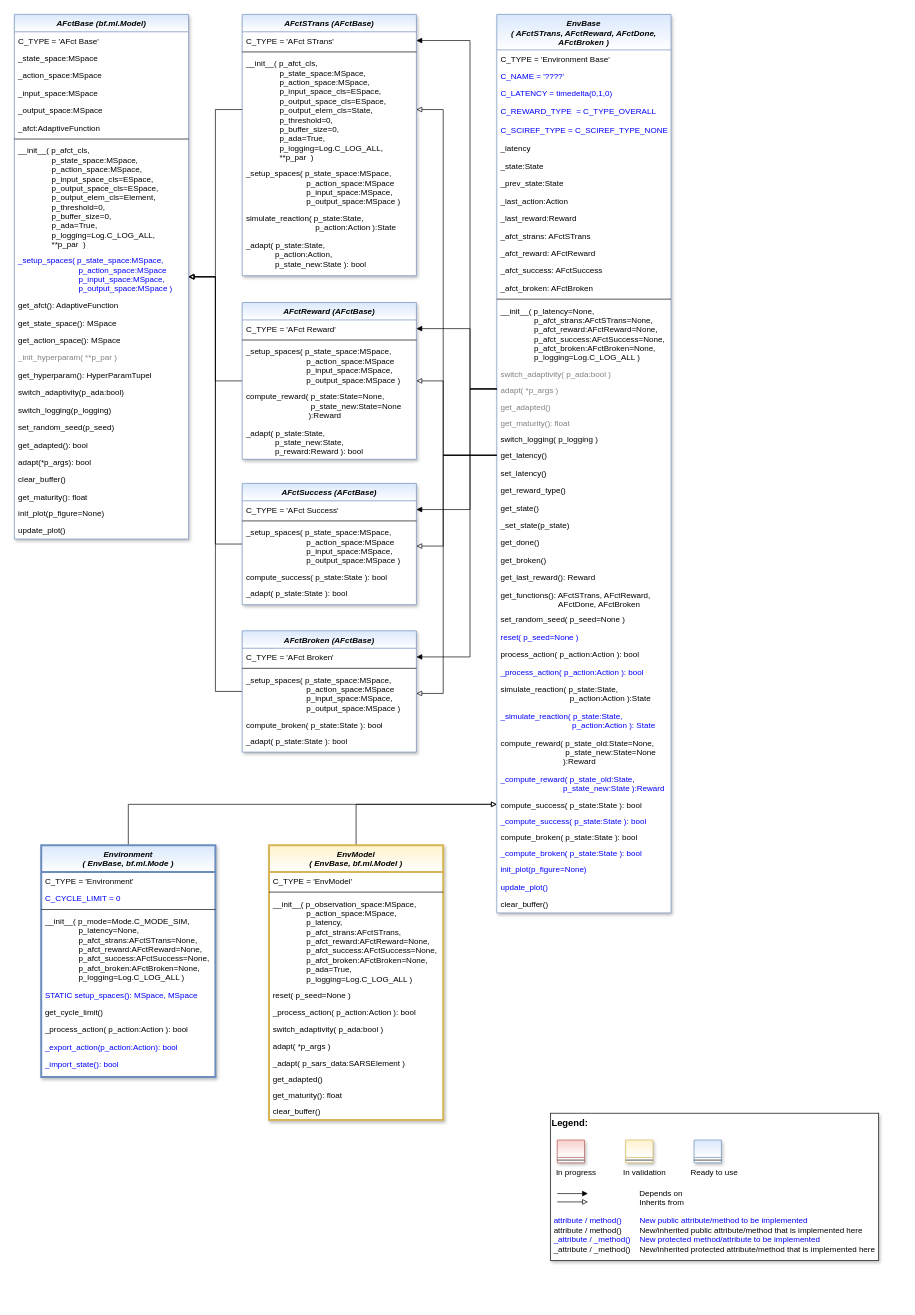
Before: doc/rtd/content/append2/core/images/rl/02_environments/MLPro-RL-Env_class_diagram.drawio in fhswf/MLPro, a draw.io diagram. Source tidied: cells renumbered, new cells numbered last; positions are measured from the earlier drawing's top-left corner, leaving out a move shared by most shapes. Both pictures are drawn from the tidied source at 67%, with x=0, y=0 at pixel (14, 14).
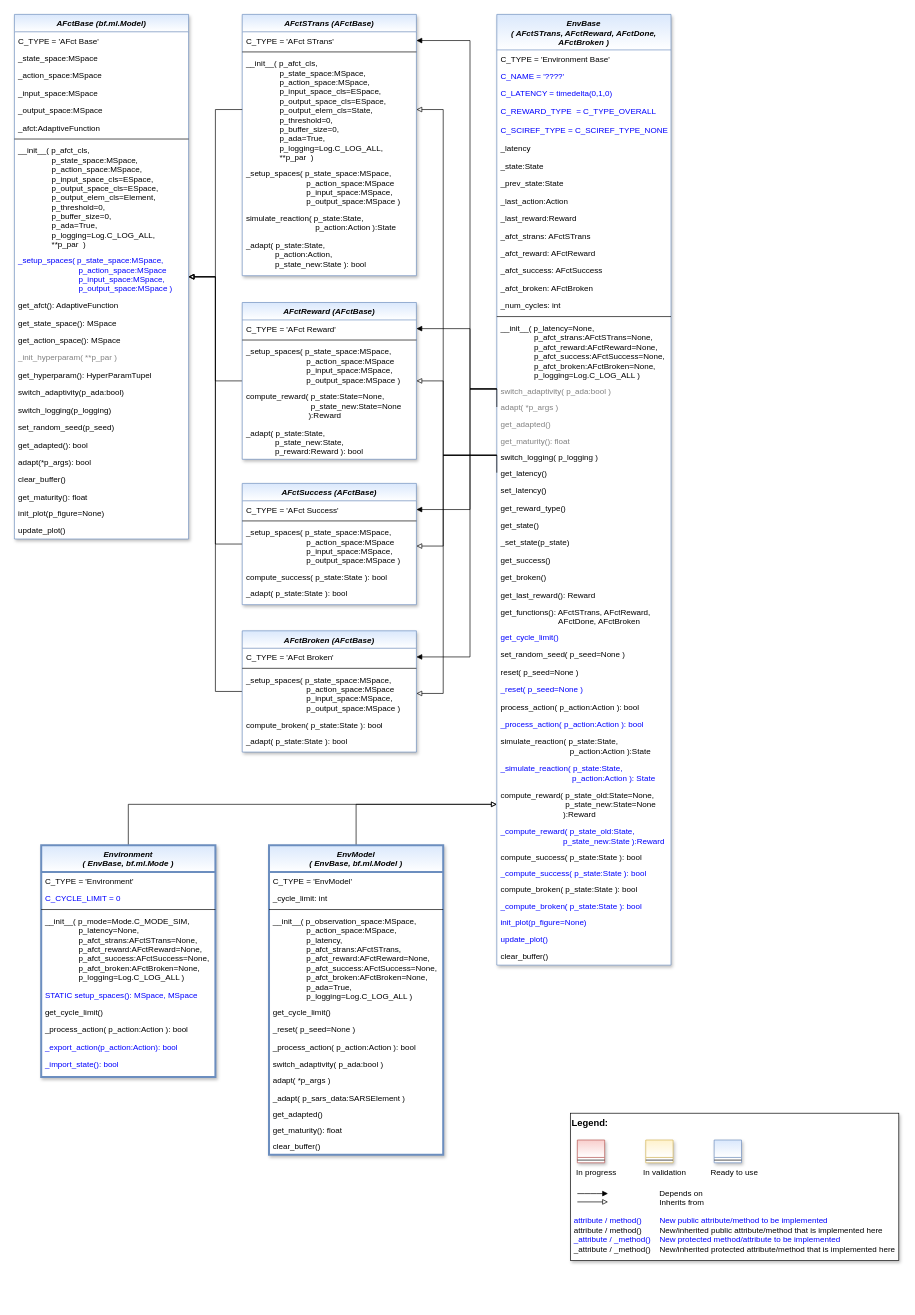
The same diagram, later.

The change refers to these unchanged cells:
```xml
<mxCell id="3" value="Environment &#10;( EnvBase, bf.ml.Mode )" style="swimlane;fontStyle=3;align=center;verticalAlign=top;horizontal=1;startSize=40;rounded=0;shadow=1;strokeWidth=3;fillColor=#dae8fc;strokeColor=#6c8ebf;gradientColor=#ffffff;swimlaneFillColor=#ffffff;" parent="1" vertex="1">
  <mxGeometry x="40" y="1240" width="260" height="346" as="geometry" />
</mxCell>
```

Change to the diagram source:
```diff
@@
-    <mxCell id="2" style="edgeStyle=orthogonalEdgeStyle;rounded=0;jettySize=auto;html=1;endArrow=block;endFill=0;exitX=0.5;exitY=0;exitDx=0;exitDy=0;entryX=0;entryY=0.5;entryDx=0;entryDy=0;" parent="1" edge="1" source="3" target="65">
-      <mxGeometry relative="1" as="geometry" />
-    </mxCell>
+    <mxCell id="143" style="edgeStyle=orthogonalEdgeStyle;rounded=0;jettySize=auto;html=1;entryX=0;entryY=0.5;entryDx=0;entryDy=0;fontColor=#0000FF;endArrow=block;endFill=0;" parent="1" edge="1" source="3" target="63">
+      <mxGeometry relative="1" as="geometry" />
+    </mxCell>
@@
-    <mxCell id="13" style="edgeStyle=orthogonalEdgeStyle;rounded=0;jettySize=auto;html=1;endArrow=block;endFill=0;entryX=0;entryY=0.5;entryDx=0;entryDy=0;" parent="1" edge="1" source="14" target="65">
-      <mxGeometry relative="1" as="geometry" />
-    </mxCell>
+    <mxCell id="144" style="edgeStyle=orthogonalEdgeStyle;rounded=0;jettySize=auto;html=1;entryX=0;entryY=0.5;entryDx=0;entryDy=0;fontColor=#0000FF;endArrow=block;endFill=0;" parent="1" edge="1" source="14" target="63">
+      <mxGeometry relative="1" as="geometry" />
+    </mxCell>
-    <mxCell id="14" value="EnvModel &#10;( EnvBase, bf.ml.Model )" style="swimlane;fontStyle=3;align=center;verticalAlign=top;horizontal=1;startSize=40;rounded=0;shadow=1;strokeWidth=3;fillColor=#fff2cc;strokeColor=#d6b656;gradientColor=#ffffff;swimlaneFillColor=#ffffff;" parent="1" vertex="1">
-      <mxGeometry x="380" y="1240" width="260" height="410" as="geometry" />
+    <mxCell id="14" value="EnvModel &#10;( EnvBase, bf.ml.Model )" style="swimlane;fontStyle=3;align=center;verticalAlign=top;horizontal=1;startSize=40;rounded=0;shadow=1;strokeWidth=3;fillColor=#dae8fc;strokeColor=#6c8ebf;swimlaneFillColor=#ffffff;gradientColor=#ffffff;" parent="1" vertex="1">
+      <mxGeometry x="380" y="1240" width="260" height="462" as="geometry" />
     </mxCell>
@@
+    <mxCell id="145" value="_cycle_limit: int" style="text;align=left;verticalAlign=top;spacingLeft=4;spacingRight=4;overflow=hidden;" parent="14" vertex="1">
+      <mxGeometry y="66" width="260" height="26" as="geometry" />
+    </mxCell>
     <mxCell id="16" style="line;html=1;strokeWidth=1;align=left;verticalAlign=middle;spacingTop=-1;spacingLeft=3;spacingRight=3;labelPosition=right;" parent="14" vertex="1">
-      <mxGeometry y="66" width="260" height="8" as="geometry" />
+      <mxGeometry y="92" width="260" height="8" as="geometry" />
     </mxCell>
     <mxCell id="17" value="__init__( p_observation_space:MSpace,&#10;               p_action_space:MSpace,&#10;               p_latency,&#10;               p_afct_strans:AFctSTrans,&#10;               p_afct_reward:AFctReward=None,&#10;               p_afct_success:AFctSuccess=None,&#10;               p_afct_broken:AFctBroken=None,&#10;               p_ada=True, &#10;               p_logging=Log.C_LOG_ALL )" style="text;align=left;verticalAlign=top;spacingLeft=4;spacingRight=4;overflow=hidden;" parent="14" vertex="1">
-      <mxGeometry y="74" width="260" height="136" as="geometry" />
+      <mxGeometry y="100" width="260" height="136" as="geometry" />
     </mxCell>
+    <mxCell id="146" value="get_cycle_limit()" style="text;align=left;verticalAlign=top;spacingLeft=4;spacingRight=4;overflow=hidden;" parent="14" vertex="1">
+      <mxGeometry y="236" width="260" height="26" as="geometry" />
+    </mxCell>
-    <mxCell id="18" value="reset( p_seed=None )" style="text;align=left;verticalAlign=top;spacingLeft=4;spacingRight=4;overflow=hidden;" parent="14" vertex="1">
-      <mxGeometry y="210" width="260" height="26" as="geometry" />
+    <mxCell id="18" value="_reset( p_seed=None )" style="text;align=left;verticalAlign=top;spacingLeft=4;spacingRight=4;overflow=hidden;" parent="14" vertex="1">
+      <mxGeometry y="262" width="260" height="26" as="geometry" />
     </mxCell>
     <mxCell id="19" value="_process_action( p_action:Action ): bool" style="text;align=left;verticalAlign=top;spacingLeft=4;spacingRight=4;overflow=hidden;" parent="14" vertex="1">
-      <mxGeometry y="236" width="260" height="26" as="geometry" />
+      <mxGeometry y="288" width="260" height="26" as="geometry" />
     </mxCell>
     <mxCell id="20" value="switch_adaptivity( p_ada:bool )" style="text;align=left;verticalAlign=top;spacingLeft=4;spacingRight=4;overflow=hidden;" parent="14" vertex="1">
-      <mxGeometry y="262" width="260" height="24" as="geometry" />
+      <mxGeometry y="314" width="260" height="24" as="geometry" />
     </mxCell>
     <mxCell id="21" value="adapt( *p_args )" style="text;align=left;verticalAlign=top;spacingLeft=4;spacingRight=4;overflow=hidden;" parent="14" vertex="1">
-      <mxGeometry y="286" width="260" height="26" as="geometry" />
+      <mxGeometry y="338" width="260" height="26" as="geometry" />
     </mxCell>
     <mxCell id="22" value="_adapt( p_sars_data:SARSElement )" style="text;align=left;verticalAlign=top;spacingLeft=4;spacingRight=4;overflow=hidden;" parent="14" vertex="1">
-      <mxGeometry y="312" width="260" height="24" as="geometry" />
+      <mxGeometry y="364" width="260" height="24" as="geometry" />
     </mxCell>
     <mxCell id="23" value="get_adapted()" style="text;align=left;verticalAlign=top;spacingLeft=4;spacingRight=4;overflow=hidden;" parent="14" vertex="1">
-      <mxGeometry y="336" width="260" height="24" as="geometry" />
+      <mxGeometry y="388" width="260" height="24" as="geometry" />
     </mxCell>
     <mxCell id="24" value="get_maturity(): float" style="text;align=left;verticalAlign=top;spacingLeft=4;spacingRight=4;overflow=hidden;" parent="14" vertex="1">
-      <mxGeometry y="360" width="260" height="24" as="geometry" />
+      <mxGeometry y="412" width="260" height="24" as="geometry" />
     </mxCell>
     <mxCell id="25" value="clear_buffer()" style="text;align=left;verticalAlign=top;spacingLeft=4;spacingRight=4;overflow=hidden;" parent="14" vertex="1">
-      <mxGeometry y="384" width="260" height="26" as="geometry" />
+      <mxGeometry y="436" width="260" height="26" as="geometry" />
     </mxCell>
     <mxCell id="26" value="EnvBase &#10;( AFctSTrans, AFctReward, AFctDone, &#10;AFctBroken )" style="swimlane;fontStyle=3;align=center;verticalAlign=top;horizontal=1;startSize=53;rounded=0;shadow=1;strokeWidth=1;fillColor=#dae8fc;strokeColor=#6c8ebf;gradientColor=#ffffff;swimlaneFillColor=#ffffff;" parent="1" vertex="1">
-      <mxGeometry x="720" width="260" height="1341" as="geometry" />
+      <mxGeometry x="720" width="260" height="1419" as="geometry" />
     </mxCell>
@@
+    <mxCell id="147" value="_num_cycles: int" style="text;align=left;verticalAlign=top;spacingLeft=4;spacingRight=4;overflow=hidden;" parent="26" vertex="1">
+      <mxGeometry y="421" width="260" height="26" as="geometry" />
+    </mxCell>
     <mxCell id="41" style="line;html=1;strokeWidth=1;align=left;verticalAlign=middle;spacingTop=-1;spacingLeft=3;spacingRight=3;labelPosition=right;" parent="26" vertex="1">
-      <mxGeometry y="421" width="260" height="8" as="geometry" />
+      <mxGeometry y="447" width="260" height="8" as="geometry" />
     </mxCell>
     <mxCell id="42" value="__init__( p_latency=None, &#10;               p_afct_strans:AFctSTrans=None,&#10;               p_afct_reward:AFctReward=None,&#10;               p_afct_success:AFctSuccess=None,&#10;               p_afct_broken:AFctBroken=None,&#10;               p_logging=Log.C_LOG_ALL )" style="text;align=left;verticalAlign=top;spacingLeft=4;spacingRight=4;overflow=hidden;" parent="26" vertex="1">
-      <mxGeometry y="429" width="260" height="94" as="geometry" />
+      <mxGeometry y="455" width="260" height="94" as="geometry" />
     </mxCell>
     <mxCell id="43" value="switch_adaptivity( p_ada:bool )" style="text;align=left;verticalAlign=top;spacingLeft=4;spacingRight=4;overflow=hidden;fontColor=#808080;" parent="26" vertex="1">
-      <mxGeometry y="523" width="260" height="24" as="geometry" />
+      <mxGeometry y="549" width="260" height="24" as="geometry" />
     </mxCell>
     <mxCell id="44" value="adapt( *p_args )" style="text;align=left;verticalAlign=top;spacingLeft=4;spacingRight=4;overflow=hidden;points=[[0,0.5],[1,0.5]];portConstraint=eastwest;fontColor=#808080;" parent="26" vertex="1">
-      <mxGeometry y="547" width="260" height="26" as="geometry" />
+      <mxGeometry y="573" width="260" height="26" as="geometry" />
     </mxCell>
     <mxCell id="45" value="get_adapted()" style="text;align=left;verticalAlign=top;spacingLeft=4;spacingRight=4;overflow=hidden;fontColor=#808080;" parent="26" vertex="1">
-      <mxGeometry y="573" width="260" height="24" as="geometry" />
+      <mxGeometry y="599" width="260" height="24" as="geometry" />
     </mxCell>
     <mxCell id="46" value="get_maturity(): float" style="text;align=left;verticalAlign=top;spacingLeft=4;spacingRight=4;overflow=hidden;fontColor=#808080;" parent="26" vertex="1">
-      <mxGeometry y="597" width="260" height="24" as="geometry" />
+      <mxGeometry y="623" width="260" height="24" as="geometry" />
     </mxCell>
     <mxCell id="47" value="switch_logging( p_logging )" style="text;align=left;verticalAlign=top;spacingLeft=4;spacingRight=4;overflow=hidden;" parent="26" vertex="1">
-      <mxGeometry y="621" width="260" height="24" as="geometry" />
+      <mxGeometry y="647" width="260" height="24" as="geometry" />
     </mxCell>
     <mxCell id="48" value="get_latency()" style="text;align=left;verticalAlign=top;spacingLeft=4;spacingRight=4;overflow=hidden;points=[[0,0.5],[1,0.5]];portConstraint=eastwest;" parent="26" vertex="1">
-      <mxGeometry y="645" width="260" height="26" as="geometry" />
+      <mxGeometry y="671" width="260" height="26" as="geometry" />
     </mxCell>
     <mxCell id="49" value="set_latency()" style="text;align=left;verticalAlign=top;spacingLeft=4;spacingRight=4;overflow=hidden;" parent="26" vertex="1">
-      <mxGeometry y="671" width="260" height="26" as="geometry" />
+      <mxGeometry y="697" width="260" height="26" as="geometry" />
     </mxCell>
     <mxCell id="50" value="get_reward_type()" style="text;align=left;verticalAlign=top;spacingLeft=4;spacingRight=4;overflow=hidden;" parent="26" vertex="1">
-      <mxGeometry y="697" width="260" height="26" as="geometry" />
+      <mxGeometry y="723" width="260" height="26" as="geometry" />
     </mxCell>
     <mxCell id="51" value="get_state()" style="text;align=left;verticalAlign=top;spacingLeft=4;spacingRight=4;overflow=hidden;" parent="26" vertex="1">
-      <mxGeometry y="723" width="260" height="26" as="geometry" />
+      <mxGeometry y="749" width="260" height="26" as="geometry" />
     </mxCell>
     <mxCell id="52" value="_set_state(p_state)" style="text;align=left;verticalAlign=top;spacingLeft=4;spacingRight=4;overflow=hidden;" parent="26" vertex="1">
-      <mxGeometry y="749" width="260" height="26" as="geometry" />
+      <mxGeometry y="775" width="260" height="26" as="geometry" />
     </mxCell>
-    <mxCell id="53" value="get_done()" style="text;align=left;verticalAlign=top;spacingLeft=4;spacingRight=4;overflow=hidden;" parent="26" vertex="1">
-      <mxGeometry y="775" width="260" height="26" as="geometry" />
+    <mxCell id="53" value="get_success()" style="text;align=left;verticalAlign=top;spacingLeft=4;spacingRight=4;overflow=hidden;" parent="26" vertex="1">
+      <mxGeometry y="801" width="260" height="26" as="geometry" />
     </mxCell>
     <mxCell id="54" value="get_broken()" style="text;align=left;verticalAlign=top;spacingLeft=4;spacingRight=4;overflow=hidden;" parent="26" vertex="1">
-      <mxGeometry y="801" width="260" height="26" as="geometry" />
+      <mxGeometry y="827" width="260" height="26" as="geometry" />
     </mxCell>
     <mxCell id="55" value="get_last_reward(): Reward" style="text;align=left;verticalAlign=top;spacingLeft=4;spacingRight=4;overflow=hidden;" parent="26" vertex="1">
-      <mxGeometry y="827" width="260" height="26" as="geometry" />
+      <mxGeometry y="853" width="260" height="26" as="geometry" />
     </mxCell>
     <mxCell id="56" value="get_functions(): AFctSTrans, AFctReward,&#10;                          AFctDone, AFctBroken" style="text;align=left;verticalAlign=top;spacingLeft=4;spacingRight=4;overflow=hidden;" parent="26" vertex="1">
-      <mxGeometry y="853" width="260" height="37" as="geometry" />
+      <mxGeometry y="879" width="260" height="37" as="geometry" />
     </mxCell>
+    <mxCell id="148" value="get_cycle_limit()" style="text;align=left;verticalAlign=top;spacingLeft=4;spacingRight=4;overflow=hidden;fontColor=#0000FF;" parent="26" vertex="1">
+      <mxGeometry y="916" width="260" height="26" as="geometry" />
+    </mxCell>
     <mxCell id="57" value="set_random_seed( p_seed=None )" style="text;align=left;verticalAlign=top;spacingLeft=4;spacingRight=4;overflow=hidden;" parent="26" vertex="1">
-      <mxGeometry y="890" width="260" height="26" as="geometry" />
+      <mxGeometry y="942" width="260" height="26" as="geometry" />
     </mxCell>
+    <mxCell id="149" value="reset( p_seed=None )" style="text;align=left;verticalAlign=top;spacingLeft=4;spacingRight=4;overflow=hidden;" parent="26" vertex="1">
+      <mxGeometry y="968" width="260" height="26" as="geometry" />
+    </mxCell>
-    <mxCell id="58" value="reset( p_seed=None )" style="text;align=left;verticalAlign=top;spacingLeft=4;spacingRight=4;overflow=hidden;fontColor=#0000FF;" parent="26" vertex="1">
-      <mxGeometry y="916" width="260" height="26" as="geometry" />
+    <mxCell id="58" value="_reset( p_seed=None )" style="text;align=left;verticalAlign=top;spacingLeft=4;spacingRight=4;overflow=hidden;fontColor=#0000FF;" parent="26" vertex="1">
+      <mxGeometry y="994" width="260" height="26" as="geometry" />
     </mxCell>
     <mxCell id="59" value="process_action( p_action:Action ): bool" style="text;align=left;verticalAlign=top;spacingLeft=4;spacingRight=4;overflow=hidden;" parent="26" vertex="1">
-      <mxGeometry y="942" width="260" height="26" as="geometry" />
+      <mxGeometry y="1020" width="260" height="26" as="geometry" />
     </mxCell>
     <mxCell id="60" value="_process_action( p_action:Action ): bool" style="text;align=left;verticalAlign=top;spacingLeft=4;spacingRight=4;overflow=hidden;fontColor=#0000FF;" parent="26" vertex="1">
-      <mxGeometry y="968" width="260" height="26" as="geometry" />
+      <mxGeometry y="1046" width="260" height="26" as="geometry" />
     </mxCell>
     <mxCell id="61" value="simulate_reaction( p_state:State, &#10;                               p_action:Action ):State" style="text;align=left;verticalAlign=top;spacingLeft=4;spacingRight=4;overflow=hidden;" parent="26" vertex="1">
-      <mxGeometry y="994" width="260" height="40" as="geometry" />
+      <mxGeometry y="1072" width="260" height="40" as="geometry" />
     </mxCell>
     <mxCell id="62" value="_simulate_reaction( p_state:State, &#10;                                p_action:Action ): State" style="text;align=left;verticalAlign=top;spacingLeft=4;spacingRight=4;overflow=hidden;fontColor=#0000FF;" parent="26" vertex="1">
-      <mxGeometry y="1034" width="260" height="40" as="geometry" />
+      <mxGeometry y="1112" width="260" height="40" as="geometry" />
     </mxCell>
     <mxCell id="63" value="compute_reward( p_state_old:State=None,&#10;                             p_state_new:State=None&#10;                            ):Reward" style="text;align=left;verticalAlign=top;spacingLeft=4;spacingRight=4;overflow=hidden;points=[[0,0.5],[1,0.5]];portConstraint=eastwest;" parent="26" vertex="1">
-      <mxGeometry y="1074" width="260" height="54" as="geometry" />
+      <mxGeometry y="1152" width="260" height="54" as="geometry" />
     </mxCell>
     <mxCell id="64" value="_compute_reward( p_state_old:State,&#10;                            p_state_new:State ):Reward" style="text;align=left;verticalAlign=top;spacingLeft=4;spacingRight=4;overflow=hidden;fontColor=#0000FF;" parent="26" vertex="1">
-      <mxGeometry y="1128" width="260" height="39" as="geometry" />
+      <mxGeometry y="1206" width="260" height="39" as="geometry" />
     </mxCell>
     <mxCell id="65" value="compute_success( p_state:State ): bool" style="text;align=left;verticalAlign=top;spacingLeft=4;spacingRight=4;overflow=hidden;points=[[0,0.5],[1,0.5]];portConstraint=eastwest;" parent="26" vertex="1">
-      <mxGeometry y="1167" width="260" height="24" as="geometry" />
+      <mxGeometry y="1245" width="260" height="24" as="geometry" />
     </mxCell>
     <mxCell id="66" value="_compute_success( p_state:State ): bool" style="text;align=left;verticalAlign=top;spacingLeft=4;spacingRight=4;overflow=hidden;fontColor=#0000FF;" parent="26" vertex="1">
-      <mxGeometry y="1191" width="260" height="24" as="geometry" />
+      <mxGeometry y="1269" width="260" height="24" as="geometry" />
     </mxCell>
     <mxCell id="67" value="compute_broken( p_state:State ): bool" style="text;align=left;verticalAlign=top;spacingLeft=4;spacingRight=4;overflow=hidden;" parent="26" vertex="1">
-      <mxGeometry y="1215" width="260" height="24" as="geometry" />
+      <mxGeometry y="1293" width="260" height="24" as="geometry" />
     </mxCell>
     <mxCell id="68" value="_compute_broken( p_state:State ): bool" style="text;align=left;verticalAlign=top;spacingLeft=4;spacingRight=4;overflow=hidden;fontColor=#0000FF;" parent="26" vertex="1">
-      <mxGeometry y="1239" width="260" height="24" as="geometry" />
+      <mxGeometry y="1317" width="260" height="24" as="geometry" />
     </mxCell>
     <mxCell id="69" value="init_plot(p_figure=None)" style="text;align=left;verticalAlign=top;spacingLeft=4;spacingRight=4;overflow=hidden;fontColor=#0000FF;" parent="26" vertex="1">
-      <mxGeometry y="1263" width="260" height="26" as="geometry" />
+      <mxGeometry y="1341" width="260" height="26" as="geometry" />
     </mxCell>
     <mxCell id="70" value="update_plot()" style="text;align=left;verticalAlign=top;spacingLeft=4;spacingRight=4;overflow=hidden;fontColor=#0000FF;" parent="26" vertex="1">
-      <mxGeometry y="1289" width="260" height="26" as="geometry" />
+      <mxGeometry y="1367" width="260" height="26" as="geometry" />
     </mxCell>
     <mxCell id="71" value="clear_buffer()" style="text;align=left;verticalAlign=top;spacingLeft=4;spacingRight=4;overflow=hidden;" parent="26" vertex="1">
-      <mxGeometry y="1315" width="260" height="26" as="geometry" />
+      <mxGeometry y="1393" width="260" height="26" as="geometry" />
     </mxCell>
@@
     <mxCell id="100" style="group;" parent="1" vertex="1">
-      <mxGeometry x="800" y="1640" width="490" height="220" as="geometry" />
+      <mxGeometry x="830" y="1640" width="490" height="220" as="geometry" />
     </mxCell>
```
